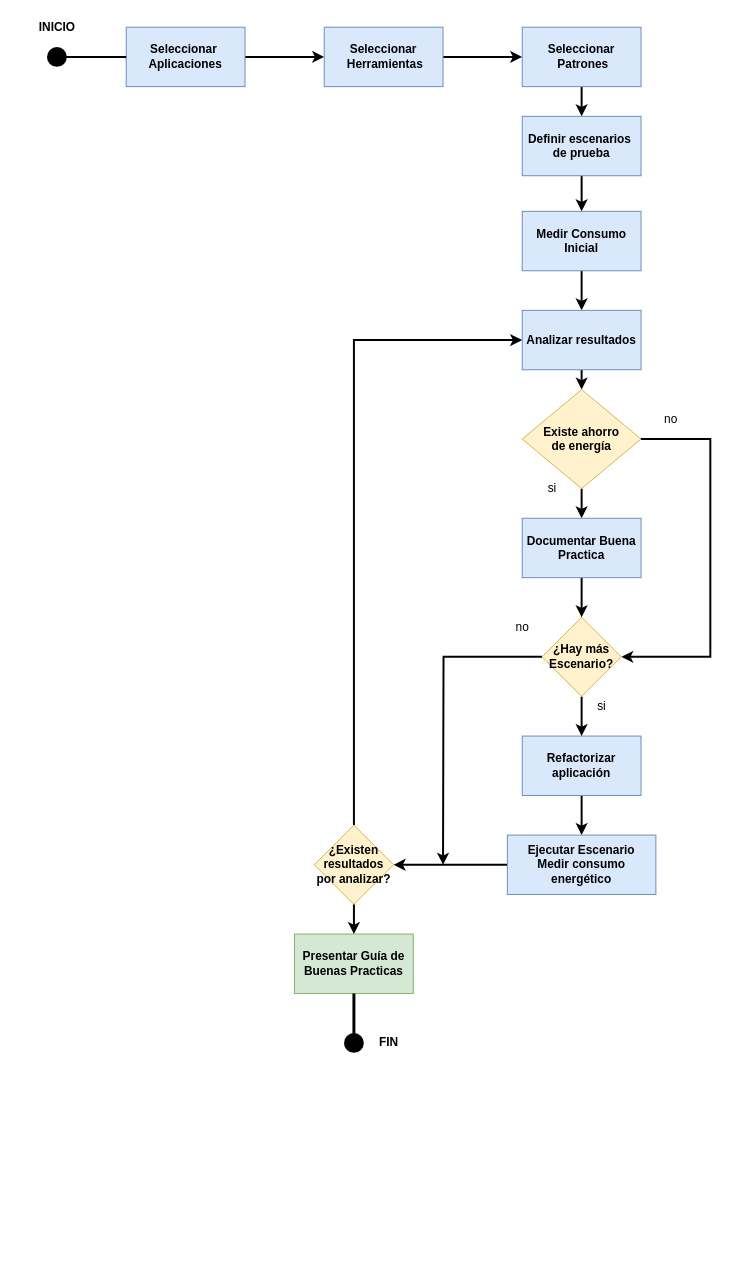
This is page "Page-1" (1 of 2) of Estrategia de trabajo.drawio from XimenaB01/AgendaDocente, a draw.io file, before an edit. Source tidied: cells renumbered, new cells numbered last; positions are measured from the earlier drawing's top-left corner, leaving out a move shared by most shapes. Both pictures are drawn from the tidied source at 99%, with x=0, y=0 at pixel (32, 17).
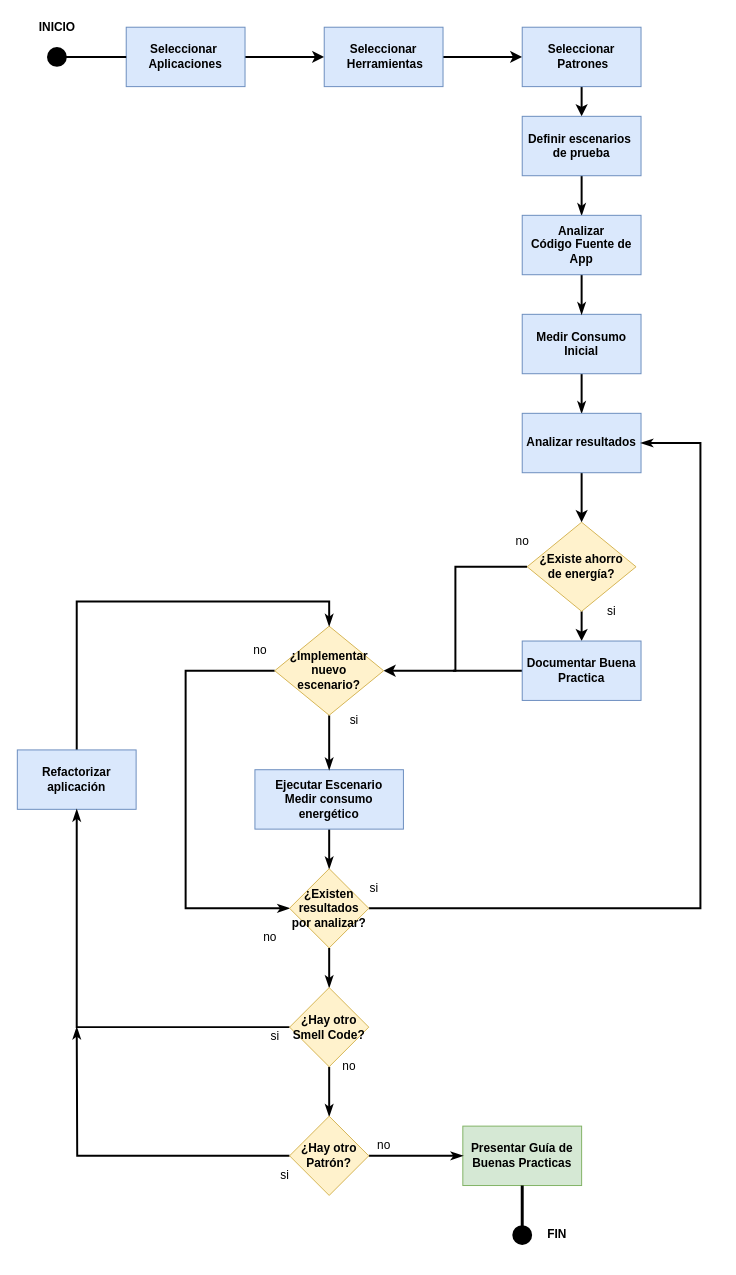
Above is the later version.

The change refers to these unchanged cells:
```xml
<mxCell id="9" value="&lt;b&gt;Definir escenarios&amp;nbsp;&lt;br&gt;de prueba&lt;/b&gt;" style="rounded=0;whiteSpace=wrap;html=1;fillColor=#dae8fc;strokeColor=#6c8ebf;" parent="1" vertex="1">
  <mxGeometry x="495" y="100" width="120" height="60" as="geometry" />
</mxCell>
```

Diff of the diagram source:
```diff
@@
-    <mxCell id="8" style="edgeStyle=orthogonalEdgeStyle;rounded=0;jettySize=auto;html=1;entryX=0.5;entryY=0;entryDx=0;entryDy=0;strokeWidth=2;" parent="1" edge="1" source="9" target="29">
-      <mxGeometry relative="1" as="geometry" />
-    </mxCell>
+    <mxCell id="41" style="edgeStyle=orthogonalEdgeStyle;rounded=0;jettySize=auto;html=1;entryX=0.5;entryY=0;entryDx=0;entryDy=0;endArrow=classicThin;endFill=1;strokeWidth=2;" parent="1" edge="1" source="9" target="68">
+      <mxGeometry relative="1" as="geometry" />
+    </mxCell>
@@
-    <mxCell id="13" style="edgeStyle=orthogonalEdgeStyle;rounded=0;orthogonalLoop=1;jettySize=auto;html=1;strokeWidth=2;" parent="1" edge="1">
-      <mxGeometry relative="1" as="geometry">
-        <mxPoint x="555" y="226" as="sourcePoint" />
-        <mxPoint x="555" y="296" as="targetPoint" />
-      </mxGeometry>
-    </mxCell>
-    <mxCell id="14" style="edgeStyle=orthogonalEdgeStyle;rounded=0;orthogonalLoop=1;jettySize=auto;html=1;strokeWidth=2;" parent="1" edge="1">
-      <mxGeometry relative="1" as="geometry">
-        <mxPoint x="555" y="356" as="sourcePoint" />
-        <mxPoint x="555" y="376" as="targetPoint" />
-      </mxGeometry>
-    </mxCell>
-    <mxCell id="15" style="edgeStyle=orthogonalEdgeStyle;rounded=0;jettySize=auto;html=1;strokeWidth=2;" parent="1" edge="1" source="17" target="20">
-      <mxGeometry relative="1" as="geometry" />
-    </mxCell>
-    <mxCell id="16" style="edgeStyle=orthogonalEdgeStyle;rounded=0;jettySize=auto;html=1;entryX=1;entryY=0.5;entryDx=0;entryDy=0;strokeWidth=2;" parent="1" edge="1" source="17" target="37">
-      <mxGeometry relative="1" as="geometry">
-        <Array as="points">
-          <mxPoint x="685" y="426" />
-          <mxPoint x="685" y="646" />
-        </Array>
-      </mxGeometry>
-    </mxCell>
-    <mxCell id="17" value="&lt;b&gt;Existe ahorro de&amp;nbsp;energía&lt;/b&gt;" style="rhombus;whiteSpace=wrap;html=1;fillColor=#fff2cc;strokeColor=#d6b656;rounded=0;" parent="1" vertex="1">
-      <mxGeometry x="495" y="376" width="120" height="100" as="geometry" />
-    </mxCell>
-    <mxCell id="18" value="no" style="text;html=1;align=center;verticalAlign=middle;strokeColor=none;fillColor=none;" parent="1" vertex="1">
-      <mxGeometry x="630" y="396" width="30" height="20" as="geometry" />
-    </mxCell>
-    <mxCell id="19" style="edgeStyle=orthogonalEdgeStyle;rounded=0;jettySize=auto;html=1;strokeWidth=2;exitX=0.5;exitY=1;exitDx=0;exitDy=0;" parent="1" edge="1" source="20">
-      <mxGeometry relative="1" as="geometry">
-        <mxPoint x="555" y="606" as="targetPoint" />
-      </mxGeometry>
-    </mxCell>
+    <mxCell id="42" style="edgeStyle=orthogonalEdgeStyle;rounded=0;jettySize=auto;html=1;entryX=0.5;entryY=0;entryDx=0;entryDy=0;strokeWidth=2;" parent="1" edge="1" source="44" target="20">
+      <mxGeometry relative="1" as="geometry" />
+    </mxCell>
+    <mxCell id="43" style="edgeStyle=orthogonalEdgeStyle;rounded=0;jettySize=auto;html=1;entryX=1;entryY=0.5;entryDx=0;entryDy=0;strokeWidth=2;" parent="1" edge="1" source="44" target="53">
+      <mxGeometry relative="1" as="geometry" />
+    </mxCell>
+    <mxCell id="44" value="&lt;b&gt;¿Existe ahorro de&amp;nbsp;energía?&lt;/b&gt;" style="rhombus;whiteSpace=wrap;html=1;fillColor=#fff2cc;strokeColor=#d6b656;rounded=0;" parent="1" vertex="1">
+      <mxGeometry x="500" y="510" width="110" height="90" as="geometry" />
+    </mxCell>
+    <mxCell id="45" style="edgeStyle=orthogonalEdgeStyle;rounded=0;jettySize=auto;html=1;strokeWidth=2;endArrow=none;endFill=0;" parent="1" edge="1" source="20">
+      <mxGeometry relative="1" as="geometry">
+        <mxPoint x="425" y="660" as="targetPoint" />
+      </mxGeometry>
+    </mxCell>
     <mxCell id="20" value="&lt;b&gt;Documentar Buena Practica&lt;/b&gt;" style="whiteSpace=wrap;html=1;fillColor=#dae8fc;strokeColor=#6c8ebf;rounded=0;" parent="1" vertex="1">
-      <mxGeometry x="495" y="506" width="120" height="60" as="geometry" />
+      <mxGeometry x="495" y="630" width="120" height="60" as="geometry" />
     </mxCell>
-    <mxCell id="21" value="si" style="text;html=1;align=center;verticalAlign=middle;strokeColor=none;fillColor=none;" parent="1" vertex="1">
-      <mxGeometry x="515" y="466" width="20" height="20" as="geometry" />
-    </mxCell>
-    <mxCell id="22" value="si" style="text;html=1;align=center;verticalAlign=middle;strokeColor=none;fillColor=none;" parent="1" vertex="1">
-      <mxGeometry x="565" y="686" width="20" height="20" as="geometry" />
-    </mxCell>
-    <mxCell id="23" value="no" style="text;html=1;align=center;verticalAlign=middle;strokeColor=none;fillColor=none;" parent="1" vertex="1">
-      <mxGeometry x="480" y="606" width="30" height="20" as="geometry" />
-    </mxCell>
     <mxCell id="24" value="&lt;b&gt;FIN&lt;/b&gt;" style="text;html=1;align=center;verticalAlign=middle;strokeColor=none;fillColor=none;" parent="1" vertex="1">
-      <mxGeometry x="345" y="1026" width="30" height="20" as="geometry" />
+      <mxGeometry x="515" y="1220" width="30" height="20" as="geometry" />
     </mxCell>
-    <mxCell id="25" style="edgeStyle=orthogonalEdgeStyle;rounded=0;jettySize=auto;html=1;strokeWidth=3;startArrow=none;" parent="1" edge="1" source="27">
-      <mxGeometry relative="1" as="geometry">
-        <mxPoint x="325" y="1036" as="targetPoint" />
-      </mxGeometry>
-    </mxCell>
+    <mxCell id="46" style="edgeStyle=orthogonalEdgeStyle;rounded=0;jettySize=auto;html=1;strokeWidth=3;startArrow=none;" parent="1" edge="1" source="47">
+      <mxGeometry relative="1" as="geometry">
+        <mxPoint x="495" y="1230" as="targetPoint" />
+      </mxGeometry>
+    </mxCell>
     <mxCell id="26" value="&lt;b&gt;Presentar Guía&amp;nbsp;de Buenas Practicas&lt;/b&gt;" style="whiteSpace=wrap;html=1;fillColor=#d5e8d4;strokeColor=#82b366;rounded=0;" parent="1" vertex="1">
-      <mxGeometry x="265" y="926" width="120" height="60" as="geometry" />
+      <mxGeometry x="435" y="1120" width="120" height="60" as="geometry" />
     </mxCell>
-    <mxCell id="27" style="shape=waypoint;sketch=0;size=6;points=[];fillColor=#000000;perimeter=centerPerimeter;snapToPoint=1;strokeColor=#000000;rounded=0;strokeWidth=8;" parent="1" vertex="1">
-      <mxGeometry x="305" y="1016" width="40" height="40" as="geometry" />
-    </mxCell>
-    <mxCell id="28" style="edgeStyle=orthogonalEdgeStyle;rounded=0;jettySize=auto;html=1;strokeWidth=3;endArrow=none;exitX=0.5;exitY=1;exitDx=0;exitDy=0;" parent="1" edge="1" source="26" target="27">
-      <mxGeometry relative="1" as="geometry" />
-    </mxCell>
+    <mxCell id="47" style="shape=waypoint;sketch=0;size=6;points=[];fillColor=#000000;perimeter=centerPerimeter;snapToPoint=1;strokeColor=#000000;rounded=0;strokeWidth=8;" parent="1" vertex="1">
+      <mxGeometry x="475" y="1210" width="40" height="40" as="geometry" />
+    </mxCell>
+    <mxCell id="48" style="edgeStyle=orthogonalEdgeStyle;rounded=0;jettySize=auto;html=1;strokeWidth=3;endArrow=none;exitX=0.5;exitY=1;exitDx=0;exitDy=0;" parent="1" edge="1" source="26" target="47">
+      <mxGeometry relative="1" as="geometry" />
+    </mxCell>
+    <mxCell id="49" style="edgeStyle=orthogonalEdgeStyle;rounded=0;jettySize=auto;html=1;entryX=0.5;entryY=0;entryDx=0;entryDy=0;endArrow=classicThin;endFill=1;strokeWidth=2;" parent="1" edge="1" source="29" target="30">
+      <mxGeometry relative="1" as="geometry" />
+    </mxCell>
     <mxCell id="29" value="&lt;b&gt;Medir Consumo Inicial&lt;/b&gt;" style="rounded=0;whiteSpace=wrap;html=1;fillColor=#dae8fc;strokeColor=#6c8ebf;" parent="1" vertex="1">
-      <mxGeometry x="495" y="196" width="120" height="60" as="geometry" />
+      <mxGeometry x="495" y="300" width="120" height="60" as="geometry" />
     </mxCell>
+    <mxCell id="50" style="edgeStyle=orthogonalEdgeStyle;rounded=0;jettySize=auto;html=1;strokeWidth=2;" parent="1" edge="1" source="30" target="44">
+      <mxGeometry relative="1" as="geometry" />
+    </mxCell>
     <mxCell id="30" value="&lt;b&gt;Analizar resultados&lt;/b&gt;" style="whiteSpace=wrap;html=1;fillColor=#dae8fc;strokeColor=#6c8ebf;rounded=0;" parent="1" vertex="1">
-      <mxGeometry x="495" y="296" width="120" height="60" as="geometry" />
+      <mxGeometry x="495" y="400" width="120" height="60" as="geometry" />
     </mxCell>
-    <mxCell id="31" style="edgeStyle=orthogonalEdgeStyle;rounded=0;jettySize=auto;html=1;entryX=0.5;entryY=0;entryDx=0;entryDy=0;strokeWidth=2;" parent="1" edge="1" source="32" target="34">
-      <mxGeometry relative="1" as="geometry" />
-    </mxCell>
-    <mxCell id="32" value="&lt;b&gt;Refactorizar aplicación&lt;/b&gt;" style="whiteSpace=wrap;html=1;fillColor=#dae8fc;strokeColor=#6c8ebf;rounded=0;" parent="1" vertex="1">
-      <mxGeometry x="495" y="726" width="120" height="60" as="geometry" />
-    </mxCell>
-    <mxCell id="33" style="edgeStyle=orthogonalEdgeStyle;rounded=0;jettySize=auto;html=1;strokeWidth=2;" parent="1" edge="1" source="34" target="40">
+    <mxCell id="33" style="edgeStyle=orthogonalEdgeStyle;rounded=0;jettySize=auto;html=1;entryX=0.5;entryY=0;entryDx=0;entryDy=0;endArrow=classicThin;endFill=1;strokeWidth=2;" parent="1" edge="1" source="34" target="40">
       <mxGeometry relative="1" as="geometry" />
     </mxCell>
     <mxCell id="34" value="&lt;b&gt;Ejecutar Escenario&lt;/b&gt;&lt;br&gt;&lt;b&gt;Medir consumo energético&lt;/b&gt;" style="rounded=0;whiteSpace=wrap;html=1;fillColor=#dae8fc;strokeColor=#6c8ebf;" parent="1" vertex="1">
-      <mxGeometry x="480" y="826" width="150" height="60" as="geometry" />
+      <mxGeometry x="225" y="760" width="150" height="60" as="geometry" />
     </mxCell>
-    <mxCell id="35" style="edgeStyle=orthogonalEdgeStyle;rounded=0;jettySize=auto;html=1;entryX=0.5;entryY=0;entryDx=0;entryDy=0;strokeWidth=2;" parent="1" edge="1" source="37" target="32">
-      <mxGeometry relative="1" as="geometry" />
-    </mxCell>
-    <mxCell id="36" style="edgeStyle=orthogonalEdgeStyle;rounded=0;jettySize=auto;html=1;strokeWidth=2;" parent="1" edge="1" source="37">
-      <mxGeometry relative="1" as="geometry">
-        <mxPoint x="415" y="856" as="targetPoint" />
-      </mxGeometry>
-    </mxCell>
-    <mxCell id="37" value="&lt;b&gt;¿Hay más Escenario?&lt;/b&gt;" style="rhombus;whiteSpace=wrap;html=1;fillColor=#fff2cc;strokeColor=#d6b656;rounded=0;" parent="1" vertex="1">
-      <mxGeometry x="515" y="606" width="80" height="80" as="geometry" />
-    </mxCell>
-    <mxCell id="38" style="edgeStyle=orthogonalEdgeStyle;rounded=0;jettySize=auto;html=1;entryX=0.5;entryY=0;entryDx=0;entryDy=0;strokeWidth=2;" parent="1" edge="1" source="40" target="26">
-      <mxGeometry relative="1" as="geometry" />
-    </mxCell>
+    <mxCell id="51" style="edgeStyle=orthogonalEdgeStyle;rounded=0;jettySize=auto;html=1;endArrow=classicThin;endFill=1;strokeWidth=2;" parent="1" edge="1" source="53" target="34">
+      <mxGeometry relative="1" as="geometry" />
+    </mxCell>
+    <mxCell id="52" style="edgeStyle=orthogonalEdgeStyle;rounded=0;jettySize=auto;html=1;entryX=0;entryY=0.5;entryDx=0;entryDy=0;endArrow=classicThin;endFill=1;strokeWidth=2;" parent="1" edge="1" source="53" target="40">
+      <mxGeometry relative="1" as="geometry">
+        <Array as="points">
+          <mxPoint x="155" y="660" />
+          <mxPoint x="155" y="900" />
+        </Array>
+      </mxGeometry>
+    </mxCell>
+    <mxCell id="53" value="&lt;b&gt;¿Implementar&lt;br&gt;nuevo&lt;br&gt;escenario?&lt;/b&gt;" style="rhombus;whiteSpace=wrap;html=1;fillColor=#fff2cc;strokeColor=#d6b656;rounded=0;" parent="1" vertex="1">
+      <mxGeometry x="245" y="615" width="110" height="90" as="geometry" />
+    </mxCell>
-    <mxCell id="39" style="edgeStyle=orthogonalEdgeStyle;rounded=0;jettySize=auto;html=1;entryX=0;entryY=0.5;entryDx=0;entryDy=0;strokeWidth=2;" parent="1" edge="1" source="40" target="30">
+    <mxCell id="39" style="edgeStyle=orthogonalEdgeStyle;rounded=0;jettySize=auto;html=1;endArrow=classicThin;endFill=1;strokeWidth=2;entryX=1;entryY=0.5;entryDx=0;entryDy=0;" parent="1" edge="1" source="40" target="30">
       <mxGeometry relative="1" as="geometry">
         <Array as="points">
-          <mxPoint x="325" y="326" />
+          <mxPoint x="675" y="900" />
+          <mxPoint x="675" y="430" />
         </Array>
       </mxGeometry>
     </mxCell>
+    <mxCell id="54" style="edgeStyle=orthogonalEdgeStyle;rounded=0;jettySize=auto;html=1;endArrow=classicThin;endFill=1;strokeWidth=2;" parent="1" edge="1" source="40" target="64">
+      <mxGeometry relative="1" as="geometry" />
+    </mxCell>
     <mxCell id="40" value="&lt;b&gt;¿Existen resultados por analizar?&lt;/b&gt;" style="rhombus;whiteSpace=wrap;html=1;fillColor=#fff2cc;strokeColor=#d6b656;rounded=0;" parent="1" vertex="1">
-      <mxGeometry x="285" y="816" width="80" height="80" as="geometry" />
+      <mxGeometry x="260" y="860" width="80" height="80" as="geometry" />
     </mxCell>
+    <mxCell id="55" style="edgeStyle=orthogonalEdgeStyle;rounded=0;jettySize=auto;html=1;endArrow=classicThin;endFill=1;strokeWidth=2;entryX=0.5;entryY=0;entryDx=0;entryDy=0;exitX=0.5;exitY=0;exitDx=0;exitDy=0;" parent="1" edge="1" source="32" target="53">
+      <mxGeometry relative="1" as="geometry">
+        <Array as="points">
+          <mxPoint x="45" y="590" />
+          <mxPoint x="300" y="590" />
+        </Array>
+      </mxGeometry>
+    </mxCell>
+    <mxCell id="32" value="&lt;b&gt;Refactorizar aplicación&lt;/b&gt;" style="whiteSpace=wrap;html=1;fillColor=#dae8fc;strokeColor=#6c8ebf;rounded=0;" parent="1" vertex="1">
+      <mxGeometry x="-15" y="740" width="120" height="60" as="geometry" />
+    </mxCell>
+    <mxCell id="56" value="si" style="text;html=1;align=center;verticalAlign=middle;strokeColor=none;fillColor=none;" parent="1" vertex="1">
+      <mxGeometry x="575" y="590" width="20" height="20" as="geometry" />
+    </mxCell>
+    <mxCell id="57" value="no" style="text;html=1;align=center;verticalAlign=middle;strokeColor=none;fillColor=none;" parent="1" vertex="1">
+      <mxGeometry x="480" y="520" width="30" height="20" as="geometry" />
+    </mxCell>
+    <mxCell id="58" value="si" style="text;html=1;align=center;verticalAlign=middle;strokeColor=none;fillColor=none;" parent="1" vertex="1">
+      <mxGeometry x="315" y="700" width="20" height="20" as="geometry" />
+    </mxCell>
+    <mxCell id="59" value="no" style="text;html=1;align=center;verticalAlign=middle;strokeColor=none;fillColor=none;" parent="1" vertex="1">
+      <mxGeometry x="215" y="630" width="30" height="20" as="geometry" />
+    </mxCell>
+    <mxCell id="60" value="si" style="text;html=1;align=center;verticalAlign=middle;strokeColor=none;fillColor=none;" parent="1" vertex="1">
+      <mxGeometry x="335" y="870" width="20" height="20" as="geometry" />
+    </mxCell>
+    <mxCell id="61" value="no" style="text;html=1;align=center;verticalAlign=middle;strokeColor=none;fillColor=none;" parent="1" vertex="1">
+      <mxGeometry x="225" y="920" width="30" height="20" as="geometry" />
+    </mxCell>
+    <mxCell id="62" style="edgeStyle=orthogonalEdgeStyle;rounded=0;jettySize=auto;html=1;entryX=0.5;entryY=1;entryDx=0;entryDy=0;endArrow=classicThin;endFill=1;strokeWidth=2;" parent="1" edge="1" source="64" target="32">
+      <mxGeometry relative="1" as="geometry" />
+    </mxCell>
+    <mxCell id="63" style="edgeStyle=orthogonalEdgeStyle;rounded=0;jettySize=auto;html=1;endArrow=classicThin;endFill=1;strokeWidth=2;" parent="1" edge="1" source="64" target="71">
+      <mxGeometry relative="1" as="geometry" />
+    </mxCell>
+    <mxCell id="64" value="&lt;b&gt;¿Hay otro Smell Code?&lt;/b&gt;" style="rhombus;whiteSpace=wrap;html=1;fillColor=#fff2cc;strokeColor=#d6b656;rounded=0;" parent="1" vertex="1">
+      <mxGeometry x="260" y="980" width="80" height="80" as="geometry" />
+    </mxCell>
+    <mxCell id="65" value="si" style="text;html=1;align=center;verticalAlign=middle;strokeColor=none;fillColor=none;" parent="1" vertex="1">
+      <mxGeometry x="235" y="1020" width="20" height="20" as="geometry" />
+    </mxCell>
+    <mxCell id="66" value="no" style="text;html=1;align=center;verticalAlign=middle;strokeColor=none;fillColor=none;" parent="1" vertex="1">
+      <mxGeometry x="305" y="1050" width="30" height="20" as="geometry" />
+    </mxCell>
+    <mxCell id="67" style="edgeStyle=orthogonalEdgeStyle;rounded=0;jettySize=auto;html=1;entryX=0.5;entryY=0;entryDx=0;entryDy=0;endArrow=classicThin;endFill=1;strokeWidth=2;" parent="1" edge="1" source="68" target="29">
+      <mxGeometry relative="1" as="geometry" />
+    </mxCell>
+    <mxCell id="68" value="&lt;b&gt;Analizar Código&amp;nbsp;Fuente de App&lt;/b&gt;" style="rounded=0;whiteSpace=wrap;html=1;fillColor=#dae8fc;strokeColor=#6c8ebf;" parent="1" vertex="1">
+      <mxGeometry x="495" y="200" width="120" height="60" as="geometry" />
+    </mxCell>
+    <mxCell id="69" style="edgeStyle=orthogonalEdgeStyle;rounded=0;jettySize=auto;html=1;exitX=0;exitY=0.5;exitDx=0;exitDy=0;endArrow=classicThin;endFill=1;strokeWidth=2;" parent="1" edge="1" source="71">
+      <mxGeometry relative="1" as="geometry">
+        <mxPoint x="45" y="1020" as="targetPoint" />
+      </mxGeometry>
+    </mxCell>
+    <mxCell id="70" style="edgeStyle=orthogonalEdgeStyle;rounded=0;jettySize=auto;html=1;entryX=0;entryY=0.5;entryDx=0;entryDy=0;endArrow=classicThin;endFill=1;strokeWidth=2;" parent="1" edge="1" source="71" target="26">
+      <mxGeometry relative="1" as="geometry" />
+    </mxCell>
+    <mxCell id="71" value="&lt;b&gt;¿Hay otro Patrón?&lt;/b&gt;" style="rhombus;whiteSpace=wrap;html=1;fillColor=#fff2cc;strokeColor=#d6b656;rounded=0;" parent="1" vertex="1">
+      <mxGeometry x="260" y="1110" width="80" height="80" as="geometry" />
+    </mxCell>
+    <mxCell id="72" value="si" style="text;html=1;align=center;verticalAlign=middle;strokeColor=none;fillColor=none;" parent="1" vertex="1">
+      <mxGeometry x="245" y="1160" width="20" height="20" as="geometry" />
+    </mxCell>
+    <mxCell id="73" value="no" style="text;html=1;align=center;verticalAlign=middle;strokeColor=none;fillColor=none;" parent="1" vertex="1">
+      <mxGeometry x="340" y="1130" width="30" height="20" as="geometry" />
+    </mxCell>
```
